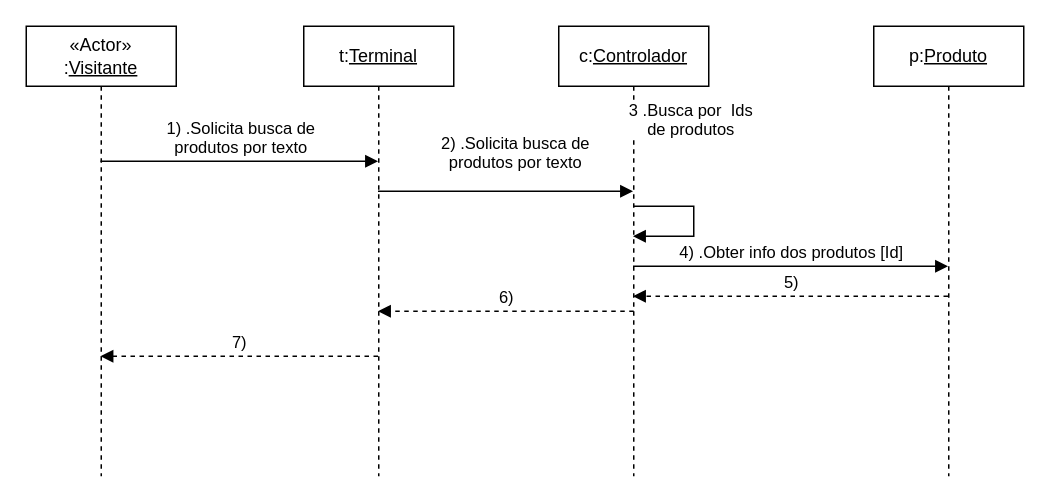
JorgeEduardoFOS/ecommercepet keeps this draw.io diagram as Untitled Diagram.drawio. Above is the earlier version. Source tidied: cells renumbered, new cells numbered last; positions are measured from the earlier drawing's top-left corner, leaving out a move shared by most shapes. Both pictures are drawn from the tidied source at 150%, with x=0, y=0 at pixel (26, 26).
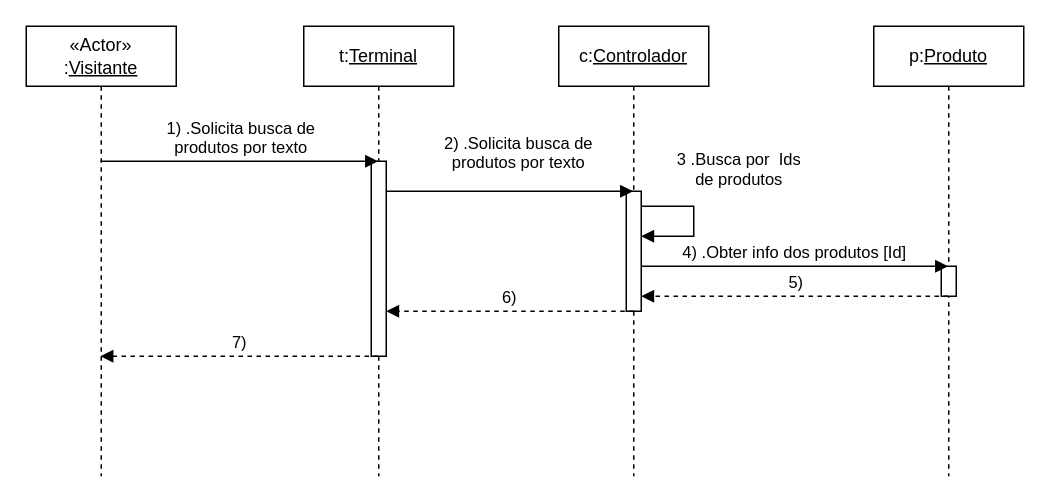
After the change.

Unchanged cells that the change refers to:
```xml
<mxCell id="3" value="t:&lt;u&gt;Terminal&lt;/u&gt;" style="shape=umlLifeline;perimeter=lifelinePerimeter;whiteSpace=wrap;html=1;outlineConnect=0;" parent="1" vertex="1">
  <mxGeometry x="185" width="100" height="300" as="geometry" />
</mxCell>
<mxCell id="4" value="c:&lt;u&gt;Controlador&lt;/u&gt;" style="shape=umlLifeline;perimeter=lifelinePerimeter;whiteSpace=wrap;html=1;outlineConnect=0;" parent="1" vertex="1">
  <mxGeometry x="355" width="100" height="300" as="geometry" />
</mxCell>
<mxCell id="5" value="p:&lt;u&gt;Produto&lt;/u&gt;" style="shape=umlLifeline;perimeter=lifelinePerimeter;whiteSpace=wrap;html=1;outlineConnect=0;" parent="1" vertex="1">
  <mxGeometry x="565" width="100" height="300" as="geometry" />
</mxCell>
```

What changed in the source:
```diff
@@
+    <mxCell id="13" style="html=1;perimeter=orthogonalPerimeter;" parent="3" vertex="1">
+      <mxGeometry x="45" y="90" width="10" height="130" as="geometry" />
+    </mxCell>
@@
+    <mxCell id="14" style="html=1;perimeter=orthogonalPerimeter;" parent="4" vertex="1">
+      <mxGeometry x="45" y="110" width="10" height="80" as="geometry" />
+    </mxCell>
@@
+    <mxCell id="15" style="html=1;perimeter=orthogonalPerimeter;" parent="5" vertex="1">
+      <mxGeometry x="45" y="160" width="10" height="20" as="geometry" />
+    </mxCell>
@@
-    <mxCell id="7" value="&lt;div&gt;3 .Busca por&amp;nbsp; Ids&lt;/div&gt;&lt;div&gt;de produtos &lt;/div&gt;" style="html=1;verticalAlign=bottom;endArrow=block;rounded=0;" parent="1" edge="1" source="4" target="4">
+    <mxCell id="7" value="&lt;div&gt;3 .Busca por&amp;nbsp; Ids&lt;/div&gt;&lt;div&gt;de produtos &lt;/div&gt;" style="html=1;verticalAlign=bottom;endArrow=block;rounded=0;" parent="1" edge="1">
       <mxGeometry x="-0.2" y="32" relative="1" as="geometry">
+        <mxPoint x="410" y="120" as="sourcePoint" />
+        <mxPoint x="410" y="140" as="targetPoint" />
         <Array as="points">
           <mxPoint x="445" y="120" />
           <mxPoint x="445" y="140" />
         </Array>
         <mxPoint x="-2" y="-10" as="offset" />
       </mxGeometry>
     </mxCell>
-    <mxCell id="8" value="&lt;div&gt;2) .Solicita busca de&lt;/div&gt;&lt;div&gt;produtos por texto&lt;/div&gt;" style="html=1;verticalAlign=bottom;endArrow=block;rounded=0;" parent="1" edge="1" source="3" target="4">
+    <mxCell id="8" value="&lt;div&gt;2) .Solicita busca de&lt;/div&gt;&lt;div&gt;produtos por texto&lt;/div&gt;" style="html=1;verticalAlign=bottom;endArrow=block;rounded=0;" parent="1" edge="1" target="4">
       <mxGeometry x="0.06" y="10" relative="1" as="geometry">
+        <mxPoint x="240" y="110" as="sourcePoint" />
         <Array as="points">
           <mxPoint x="265" y="110" />
         </Array>
         <mxPoint x="1" as="offset" />
       </mxGeometry>
     </mxCell>
-    <mxCell id="9" value="4) .Obter info dos produtos [Id]" style="html=1;verticalAlign=bottom;endArrow=block;rounded=0;" parent="1" edge="1" source="4" target="5">
+    <mxCell id="9" value="4) .Obter info dos produtos [Id]" style="html=1;verticalAlign=bottom;endArrow=block;rounded=0;" parent="1" edge="1" target="5">
       <mxGeometry relative="1" as="geometry">
+        <mxPoint x="410" y="160" as="sourcePoint" />
         <Array as="points">
           <mxPoint x="515" y="160" />
         </Array>
       </mxGeometry>
     </mxCell>
-    <mxCell id="10" value="5) " style="html=1;verticalAlign=bottom;endArrow=block;rounded=0;dashed=1;" parent="1" edge="1" source="5" target="4">
+    <mxCell id="10" value="5) " style="html=1;verticalAlign=bottom;endArrow=block;rounded=0;dashed=1;" parent="1" edge="1" source="5">
       <mxGeometry relative="1" as="geometry">
+        <mxPoint x="410" y="180" as="targetPoint" />
         <Array as="points">
           <mxPoint x="425" y="180" />
         </Array>
       </mxGeometry>
     </mxCell>
-    <mxCell id="11" value="6) " style="html=1;verticalAlign=bottom;endArrow=block;rounded=0;dashed=1;" parent="1" edge="1" target="3">
+    <mxCell id="11" value="6) " style="html=1;verticalAlign=bottom;endArrow=block;rounded=0;dashed=1;" parent="1" edge="1">
       <mxGeometry relative="1" as="geometry">
         <mxPoint x="405" y="190" as="sourcePoint" />
+        <mxPoint x="240" y="190" as="targetPoint" />
         <Array as="points">
           <mxPoint x="365" y="190" />
         </Array>
       </mxGeometry>
     </mxCell>
```
